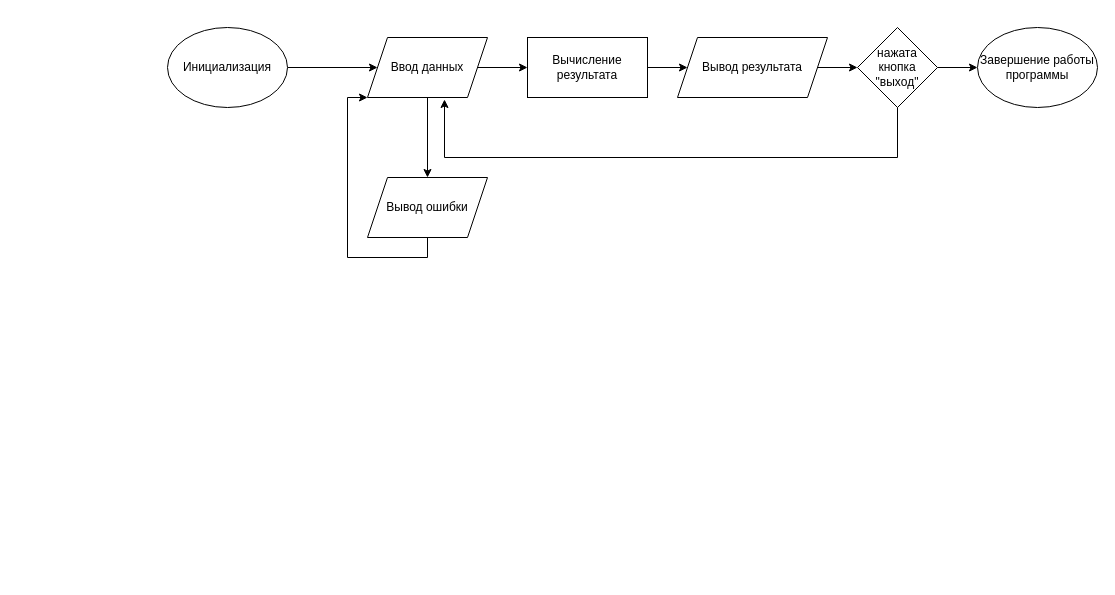
The draw.io diagram разработка требований.drawio in necoray/DrawIo, before the edit. Source tidied: cells renumbered, new cells numbered last; positions are measured from the earlier drawing's top-left corner, leaving out a move shared by most shapes. Both pictures are drawn from the tidied source at 100%, with x=0, y=0 at pixel (167, 27).
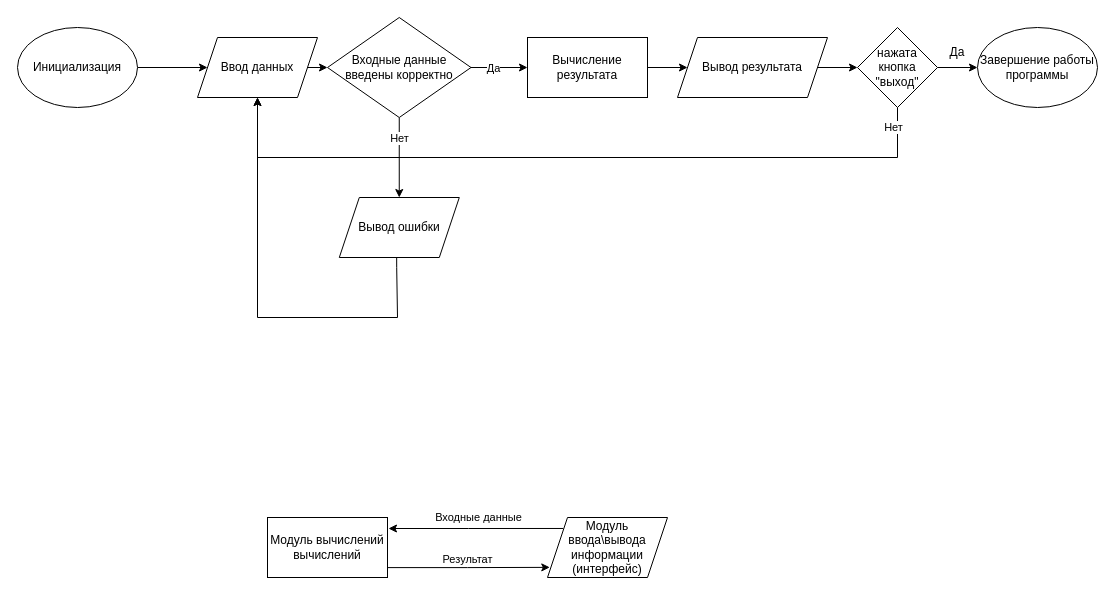
The same page after the edit.

The change refers to these unchanged cells:
```xml
<mxCell id="10" value="Вычисление результата" style="whiteSpace=wrap;html=1;" parent="1" vertex="1">
  <mxGeometry x="360" y="10" width="120" height="60" as="geometry" />
</mxCell>
<mxCell id="15" value="нажата кнопка &quot;выход&quot;" style="rhombus;whiteSpace=wrap;html=1;" parent="1" vertex="1">
  <mxGeometry x="690" width="80" height="80" as="geometry" />
</mxCell>
```

Diff of the diagram source:
```diff
@@
     <mxCell id="3" value="Инициализация" style="ellipse;whiteSpace=wrap;html=1;" parent="1" vertex="1">
-      <mxGeometry width="120" height="80" as="geometry" />
+      <mxGeometry x="-150" width="120" height="80" as="geometry" />
     </mxCell>
-    <mxCell id="4" style="edgeStyle=orthogonalEdgeStyle;rounded=0;jettySize=auto;html=1;" parent="1" edge="1" source="6" target="8">
-      <mxGeometry relative="1" as="geometry" />
-    </mxCell>
-    <mxCell id="5" style="edgeStyle=orthogonalEdgeStyle;rounded=0;jettySize=auto;html=1;" parent="1" edge="1" source="6" target="10">
-      <mxGeometry relative="1" as="geometry" />
-    </mxCell>
+    <mxCell id="17" style="edgeStyle=orthogonalEdgeStyle;rounded=0;jettySize=auto;html=1;exitX=1;exitY=0.5;exitDx=0;exitDy=0;entryX=0;entryY=0.5;entryDx=0;entryDy=0;" parent="1" edge="1" source="6" target="23">
+      <mxGeometry relative="1" as="geometry" />
+    </mxCell>
     <mxCell id="6" value="Ввод данных" style="shape=parallelogram;perimeter=parallelogramPerimeter;whiteSpace=wrap;html=1;fixedSize=1;" parent="1" vertex="1">
-      <mxGeometry x="200" y="10" width="120" height="60" as="geometry" />
+      <mxGeometry x="30" y="10" width="120" height="60" as="geometry" />
     </mxCell>
-    <mxCell id="7" style="edgeStyle=orthogonalEdgeStyle;rounded=0;jettySize=auto;html=1;exitX=0.5;exitY=1;exitDx=0;exitDy=0;entryX=0;entryY=1;entryDx=0;entryDy=0;" parent="1" edge="1" source="8" target="6">
+    <mxCell id="7" style="edgeStyle=orthogonalEdgeStyle;rounded=0;jettySize=auto;html=1;exitX=0.478;exitY=0.995;exitDx=0;exitDy=0;entryX=0.5;entryY=1;entryDx=0;entryDy=0;exitPerimeter=0;" parent="1" edge="1" source="8" target="6">
       <mxGeometry relative="1" as="geometry">
         <Array as="points">
-          <mxPoint x="260" y="230" />
-          <mxPoint x="180" y="230" />
-          <mxPoint x="180" y="70" />
+          <mxPoint x="229" y="240" />
+          <mxPoint x="230" y="240" />
+          <mxPoint x="230" y="290" />
+          <mxPoint x="90" y="290" />
         </Array>
       </mxGeometry>
     </mxCell>
     <mxCell id="8" value="Вывод ошибки" style="shape=parallelogram;perimeter=parallelogramPerimeter;whiteSpace=wrap;html=1;fixedSize=1;" parent="1" vertex="1">
-      <mxGeometry x="200" y="150" width="120" height="60" as="geometry" />
+      <mxGeometry x="171.8" y="170" width="120" height="60" as="geometry" />
     </mxCell>
@@
-    <mxCell id="16" style="edgeStyle=orthogonalEdgeStyle;rounded=0;jettySize=auto;html=1;exitX=0.5;exitY=1;exitDx=0;exitDy=0;" parent="1" edge="1" source="15">
+    <mxCell id="16" style="edgeStyle=orthogonalEdgeStyle;rounded=0;jettySize=auto;html=1;exitX=0.5;exitY=1;exitDx=0;exitDy=0;entryX=0.5;entryY=1;entryDx=0;entryDy=0;" parent="1" edge="1" source="15" target="6">
       <mxGeometry relative="1" as="geometry">
-        <mxPoint x="277" y="72" as="targetPoint" />
         <Array as="points">
           <mxPoint x="730" y="130" />
-          <mxPoint x="277" y="130" />
+          <mxPoint x="90" y="130" />
         </Array>
       </mxGeometry>
     </mxCell>
+    <mxCell id="18" value="Нет" style="edgeLabel;html=1;align=center;verticalAlign=middle;" parent="16" vertex="1">
+      <mxGeometry x="-0.95" y="-5" relative="1" as="geometry" />
+    </mxCell>
+    <mxCell id="19" style="edgeStyle=orthogonalEdgeStyle;rounded=0;jettySize=auto;html=1;exitX=0.5;exitY=1;exitDx=0;exitDy=0;" parent="1" edge="1" source="23" target="8">
+      <mxGeometry relative="1" as="geometry" />
+    </mxCell>
+    <mxCell id="20" value="Нет" style="edgeLabel;html=1;align=center;verticalAlign=middle;" parent="19" vertex="1">
+      <mxGeometry x="-0.74" y="-4" relative="1" as="geometry">
+        <mxPoint x="4" y="10" as="offset" />
+      </mxGeometry>
+    </mxCell>
+    <mxCell id="21" style="edgeStyle=orthogonalEdgeStyle;rounded=0;jettySize=auto;html=1;entryX=0;entryY=0.5;entryDx=0;entryDy=0;" parent="1" edge="1" source="23" target="10">
+      <mxGeometry relative="1" as="geometry" />
+    </mxCell>
+    <mxCell id="22" value="Да" style="edgeLabel;html=1;align=center;verticalAlign=middle;" parent="21" vertex="1">
+      <mxGeometry x="-0.22" relative="1" as="geometry" />
+    </mxCell>
+    <mxCell id="23" value="Входные данные введены корректно" style="rhombus;whiteSpace=wrap;html=1;" parent="1" vertex="1">
+      <mxGeometry x="160" y="-10" width="143.5" height="100" as="geometry" />
+    </mxCell>
+    <mxCell id="24" value="Да" style="text;html=1;whiteSpace=wrap;strokeColor=none;fillColor=none;align=center;verticalAlign=middle;rounded=0;" parent="1" vertex="1">
+      <mxGeometry x="760" y="10" width="60" height="30" as="geometry" />
+    </mxCell>
+    <mxCell id="25" style="edgeStyle=orthogonalEdgeStyle;rounded=0;jettySize=auto;html=1;exitX=0.995;exitY=0.309;exitDx=0;exitDy=0;entryX=0.019;entryY=0.831;entryDx=0;entryDy=0;exitPerimeter=0;entryPerimeter=0;" parent="1" edge="1" target="30">
+      <mxGeometry relative="1" as="geometry">
+        <mxPoint x="220" y="540.1" as="sourcePoint" />
+        <Array as="points">
+          <mxPoint x="300" y="540" />
+        </Array>
+      </mxGeometry>
+    </mxCell>
+    <mxCell id="26" value="Результат" style="edgeLabel;html=1;align=center;verticalAlign=middle;" parent="25" vertex="1">
+      <mxGeometry x="-0.26" y="1" relative="1" as="geometry">
+        <mxPoint x="19" y="-8" as="offset" />
+      </mxGeometry>
+    </mxCell>
+    <mxCell id="27" value="Модуль вычислений вычислений" style="rounded=0;whiteSpace=wrap;html=1;" parent="1" vertex="1">
+      <mxGeometry x="100" y="490" width="120" height="60" as="geometry" />
+    </mxCell>
+    <mxCell id="28" style="edgeStyle=orthogonalEdgeStyle;rounded=0;jettySize=auto;html=1;exitX=0.131;exitY=0.183;exitDx=0;exitDy=0;exitPerimeter=0;" parent="1" edge="1" source="30">
+      <mxGeometry relative="1" as="geometry">
+        <mxPoint x="221" y="501" as="targetPoint" />
+      </mxGeometry>
+    </mxCell>
+    <mxCell id="29" value="Входные данные" style="edgeLabel;html=1;align=center;verticalAlign=middle;" parent="28" vertex="1">
+      <mxGeometry x="-0.12" y="-1" relative="1" as="geometry">
+        <mxPoint x="-8" y="-10" as="offset" />
+      </mxGeometry>
+    </mxCell>
+    <mxCell id="30" value="Модуль ввода\вывода информации&lt;div&gt;(интерфейс)&lt;/div&gt;" style="shape=parallelogram;perimeter=parallelogramPerimeter;whiteSpace=wrap;html=1;fixedSize=1;" parent="1" vertex="1">
+      <mxGeometry x="380" y="490" width="120" height="60" as="geometry" />
+    </mxCell>
```
